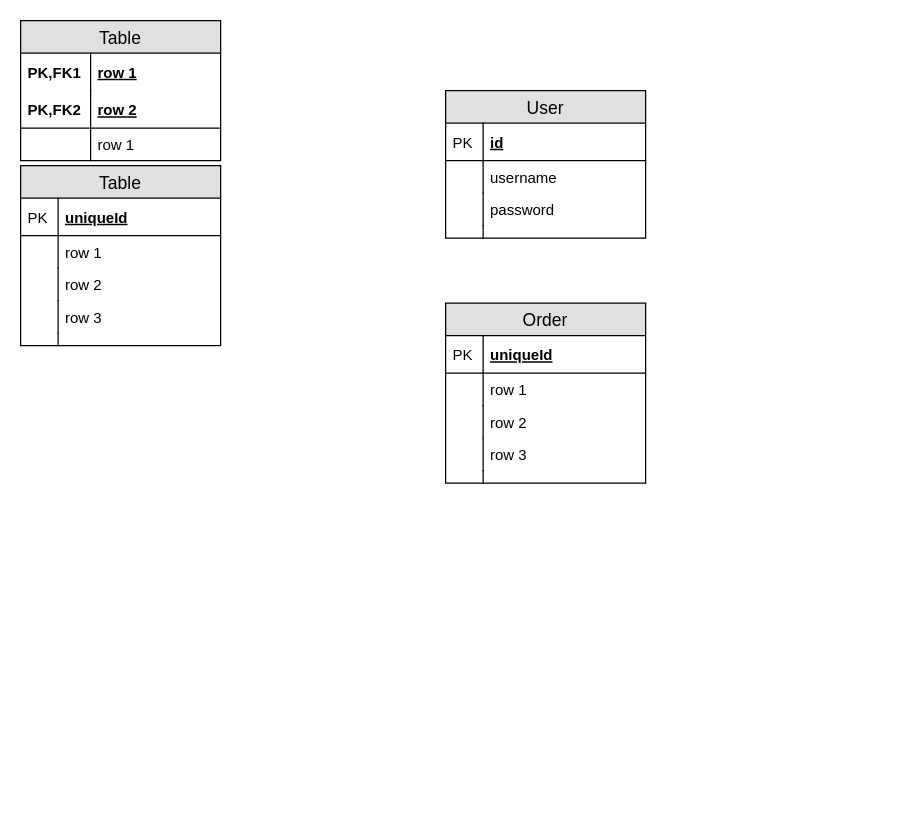
Above: page "DB-design" (2 of 3) of BAS/BAS-Henan.drawio in waterwatermelon/graph (draw.io), before the change. Source tidied: cells renumbered, new cells numbered last; positions are measured from the earlier drawing's top-left corner, leaving out a move shared by most shapes. Both pictures are drawn from the tidied source at 125%, with x=0, y=0 at pixel (20, 20).
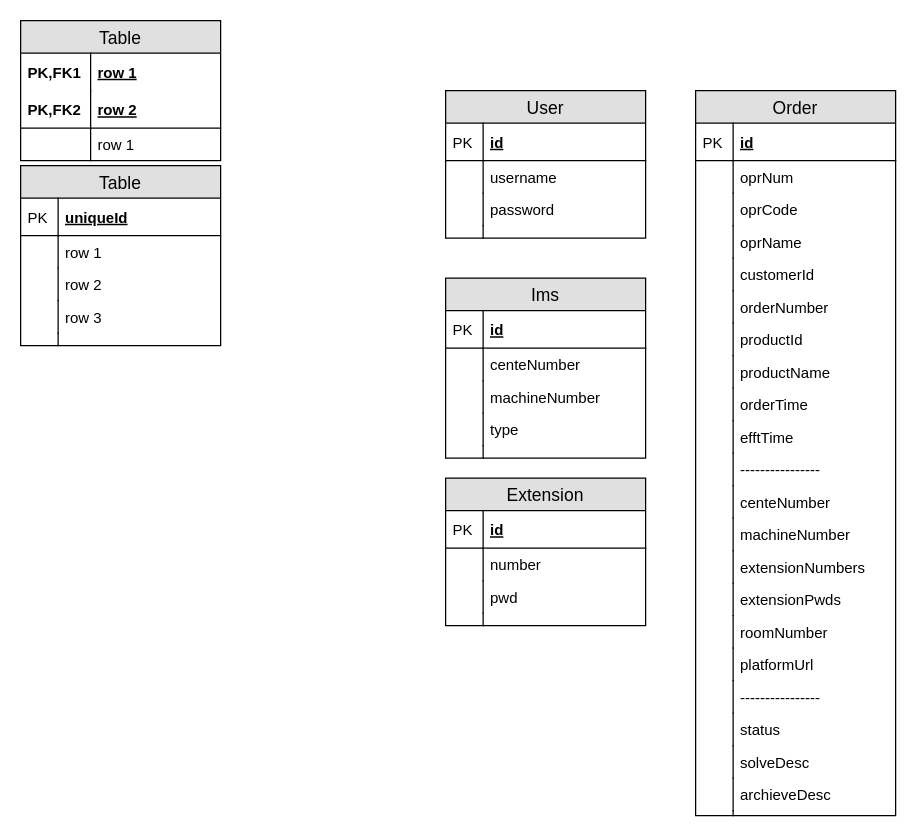
Above is the later version.

The edit, as a diff of the source:
```diff
@@
     <mxCell id="29" value="Order" style="swimlane;fontStyle=0;horizontal=1;startSize=26;fillColor=#e0e0e0;swimlaneFillColor=#ffffff;align=center;fontSize=14;" parent="1" vertex="1">
-      <mxGeometry x="340" y="226" width="160" height="144" as="geometry" />
+      <mxGeometry x="540" y="56" width="160" height="580" as="geometry" />
     </mxCell>
-    <mxCell id="30" value="uniqueId" style="shape=partialRectangle;top=0;left=0;right=0;bottom=1;align=left;verticalAlign=middle;fillColor=none;spacingLeft=34;spacingRight=4;overflow=hidden;fontStyle=5;fontSize=12;" parent="29" vertex="1">
+    <mxCell id="30" value="id" style="shape=partialRectangle;top=0;left=0;right=0;bottom=1;align=left;verticalAlign=middle;fillColor=none;spacingLeft=34;spacingRight=4;overflow=hidden;fontStyle=5;fontSize=12;" parent="29" vertex="1">
       <mxGeometry y="26" width="160" height="30" as="geometry" />
     </mxCell>
@@
-    <mxCell id="32" value="row 1" style="shape=partialRectangle;top=0;left=0;right=0;bottom=0;align=left;verticalAlign=top;fillColor=none;spacingLeft=34;spacingRight=4;overflow=hidden;fontSize=12;" parent="29" vertex="1">
+    <mxCell id="32" value="oprNum" style="shape=partialRectangle;top=0;left=0;right=0;bottom=0;align=left;verticalAlign=top;fillColor=none;spacingLeft=34;spacingRight=4;overflow=hidden;fontSize=12;" parent="29" vertex="1">
       <mxGeometry y="56" width="160" height="26" as="geometry" />
     </mxCell>
@@
-    <mxCell id="34" value="row 2" style="shape=partialRectangle;top=0;left=0;right=0;bottom=0;align=left;verticalAlign=top;fillColor=none;spacingLeft=34;spacingRight=4;overflow=hidden;fontSize=12;" parent="29" vertex="1">
+    <mxCell id="34" value="oprCode" style="shape=partialRectangle;top=0;left=0;right=0;bottom=0;align=left;verticalAlign=top;fillColor=none;spacingLeft=34;spacingRight=4;overflow=hidden;fontSize=12;" parent="29" vertex="1">
       <mxGeometry y="82" width="160" height="26" as="geometry" />
     </mxCell>
@@
+    <mxCell id="40" value="oprName" style="shape=partialRectangle;top=0;left=0;right=0;bottom=0;align=left;verticalAlign=top;fillColor=none;spacingLeft=34;spacingRight=4;overflow=hidden;fontSize=12;" parent="29" vertex="1">
+      <mxGeometry y="108" width="160" height="26" as="geometry" />
+    </mxCell>
+    <mxCell id="41" style="shape=partialRectangle;top=0;left=0;bottom=0;fillColor=none;align=left;verticalAlign=top;spacingLeft=4;spacingRight=4;overflow=hidden;fontSize=12;" parent="40" vertex="1">
+      <mxGeometry width="30" height="26" as="geometry" />
+    </mxCell>
-    <mxCell id="36" value="row 3" style="shape=partialRectangle;top=0;left=0;right=0;bottom=0;align=left;verticalAlign=top;fillColor=none;spacingLeft=34;spacingRight=4;overflow=hidden;fontSize=12;" parent="29" vertex="1">
-      <mxGeometry y="108" width="160" height="26" as="geometry" />
+    <mxCell id="36" value="customerId" style="shape=partialRectangle;top=0;left=0;right=0;bottom=0;align=left;verticalAlign=top;fillColor=none;spacingLeft=34;spacingRight=4;overflow=hidden;fontSize=12;" parent="29" vertex="1">
+      <mxGeometry y="134" width="160" height="26" as="geometry" />
     </mxCell>
@@
+    <mxCell id="42" value="orderNumber" style="shape=partialRectangle;top=0;left=0;right=0;bottom=0;align=left;verticalAlign=top;fillColor=none;spacingLeft=34;spacingRight=4;overflow=hidden;fontSize=12;" parent="29" vertex="1">
+      <mxGeometry y="160" width="160" height="26" as="geometry" />
+    </mxCell>
+    <mxCell id="43" style="shape=partialRectangle;top=0;left=0;bottom=0;fillColor=none;align=left;verticalAlign=top;spacingLeft=4;spacingRight=4;overflow=hidden;fontSize=12;" parent="42" vertex="1">
+      <mxGeometry width="30" height="26" as="geometry" />
+    </mxCell>
+    <mxCell id="44" value="productId" style="shape=partialRectangle;top=0;left=0;right=0;bottom=0;align=left;verticalAlign=top;fillColor=none;spacingLeft=34;spacingRight=4;overflow=hidden;fontSize=12;" parent="29" vertex="1">
+      <mxGeometry y="186" width="160" height="26" as="geometry" />
+    </mxCell>
+    <mxCell id="45" style="shape=partialRectangle;top=0;left=0;bottom=0;fillColor=none;align=left;verticalAlign=top;spacingLeft=4;spacingRight=4;overflow=hidden;fontSize=12;" parent="44" vertex="1">
+      <mxGeometry width="30" height="26" as="geometry" />
+    </mxCell>
+    <mxCell id="46" value="productName" style="shape=partialRectangle;top=0;left=0;right=0;bottom=0;align=left;verticalAlign=top;fillColor=none;spacingLeft=34;spacingRight=4;overflow=hidden;fontSize=12;" parent="29" vertex="1">
+      <mxGeometry y="212" width="160" height="26" as="geometry" />
+    </mxCell>
+    <mxCell id="47" style="shape=partialRectangle;top=0;left=0;bottom=0;fillColor=none;align=left;verticalAlign=top;spacingLeft=4;spacingRight=4;overflow=hidden;fontSize=12;" parent="46" vertex="1">
+      <mxGeometry width="30" height="26" as="geometry" />
+    </mxCell>
+    <mxCell id="48" value="orderTime" style="shape=partialRectangle;top=0;left=0;right=0;bottom=0;align=left;verticalAlign=top;fillColor=none;spacingLeft=34;spacingRight=4;overflow=hidden;fontSize=12;" parent="29" vertex="1">
+      <mxGeometry y="238" width="160" height="26" as="geometry" />
+    </mxCell>
+    <mxCell id="49" style="shape=partialRectangle;top=0;left=0;bottom=0;fillColor=none;align=left;verticalAlign=top;spacingLeft=4;spacingRight=4;overflow=hidden;fontSize=12;" parent="48" vertex="1">
+      <mxGeometry width="30" height="26" as="geometry" />
+    </mxCell>
+    <mxCell id="50" value="efftTime" style="shape=partialRectangle;top=0;left=0;right=0;bottom=0;align=left;verticalAlign=top;fillColor=none;spacingLeft=34;spacingRight=4;overflow=hidden;fontSize=12;" parent="29" vertex="1">
+      <mxGeometry y="264" width="160" height="26" as="geometry" />
+    </mxCell>
+    <mxCell id="51" style="shape=partialRectangle;top=0;left=0;bottom=0;fillColor=none;align=left;verticalAlign=top;spacingLeft=4;spacingRight=4;overflow=hidden;fontSize=12;" parent="50" vertex="1">
+      <mxGeometry width="30" height="26" as="geometry" />
+    </mxCell>
+    <mxCell id="52" value="----------------" style="shape=partialRectangle;top=0;left=0;right=0;bottom=0;align=left;verticalAlign=top;fillColor=none;spacingLeft=34;spacingRight=4;overflow=hidden;fontSize=12;" parent="29" vertex="1">
+      <mxGeometry y="290" width="160" height="26" as="geometry" />
+    </mxCell>
+    <mxCell id="53" style="shape=partialRectangle;top=0;left=0;bottom=0;fillColor=none;align=left;verticalAlign=top;spacingLeft=4;spacingRight=4;overflow=hidden;fontSize=12;" parent="52" vertex="1">
+      <mxGeometry width="30" height="26" as="geometry" />
+    </mxCell>
+    <mxCell id="54" value="centeNumber" style="shape=partialRectangle;top=0;left=0;right=0;bottom=0;align=left;verticalAlign=top;fillColor=none;spacingLeft=34;spacingRight=4;overflow=hidden;fontSize=12;" parent="29" vertex="1">
+      <mxGeometry y="316" width="160" height="26" as="geometry" />
+    </mxCell>
+    <mxCell id="55" style="shape=partialRectangle;top=0;left=0;bottom=0;fillColor=none;align=left;verticalAlign=top;spacingLeft=4;spacingRight=4;overflow=hidden;fontSize=12;" parent="54" vertex="1">
+      <mxGeometry width="30" height="26" as="geometry" />
+    </mxCell>
+    <mxCell id="56" value="machineNumber" style="shape=partialRectangle;top=0;left=0;right=0;bottom=0;align=left;verticalAlign=top;fillColor=none;spacingLeft=34;spacingRight=4;overflow=hidden;fontSize=12;" parent="29" vertex="1">
+      <mxGeometry y="342" width="160" height="26" as="geometry" />
+    </mxCell>
+    <mxCell id="57" style="shape=partialRectangle;top=0;left=0;bottom=0;fillColor=none;align=left;verticalAlign=top;spacingLeft=4;spacingRight=4;overflow=hidden;fontSize=12;" parent="56" vertex="1">
+      <mxGeometry width="30" height="26" as="geometry" />
+    </mxCell>
+    <mxCell id="58" value="extensionNumbers" style="shape=partialRectangle;top=0;left=0;right=0;bottom=0;align=left;verticalAlign=top;fillColor=none;spacingLeft=34;spacingRight=4;overflow=hidden;fontSize=12;" parent="29" vertex="1">
+      <mxGeometry y="368" width="160" height="26" as="geometry" />
+    </mxCell>
+    <mxCell id="59" style="shape=partialRectangle;top=0;left=0;bottom=0;fillColor=none;align=left;verticalAlign=top;spacingLeft=4;spacingRight=4;overflow=hidden;fontSize=12;" parent="58" vertex="1">
+      <mxGeometry width="30" height="26" as="geometry" />
+    </mxCell>
+    <mxCell id="60" value="extensionPwds" style="shape=partialRectangle;top=0;left=0;right=0;bottom=0;align=left;verticalAlign=top;fillColor=none;spacingLeft=34;spacingRight=4;overflow=hidden;fontSize=12;" parent="29" vertex="1">
+      <mxGeometry y="394" width="160" height="26" as="geometry" />
+    </mxCell>
+    <mxCell id="61" style="shape=partialRectangle;top=0;left=0;bottom=0;fillColor=none;align=left;verticalAlign=top;spacingLeft=4;spacingRight=4;overflow=hidden;fontSize=12;" parent="60" vertex="1">
+      <mxGeometry width="30" height="26" as="geometry" />
+    </mxCell>
+    <mxCell id="62" value="roomNumber" style="shape=partialRectangle;top=0;left=0;right=0;bottom=0;align=left;verticalAlign=top;fillColor=none;spacingLeft=34;spacingRight=4;overflow=hidden;fontSize=12;" parent="29" vertex="1">
+      <mxGeometry y="420" width="160" height="26" as="geometry" />
+    </mxCell>
+    <mxCell id="63" style="shape=partialRectangle;top=0;left=0;bottom=0;fillColor=none;align=left;verticalAlign=top;spacingLeft=4;spacingRight=4;overflow=hidden;fontSize=12;" parent="62" vertex="1">
+      <mxGeometry width="30" height="26" as="geometry" />
+    </mxCell>
+    <mxCell id="64" value="platformUrl" style="shape=partialRectangle;top=0;left=0;right=0;bottom=0;align=left;verticalAlign=top;fillColor=none;spacingLeft=34;spacingRight=4;overflow=hidden;fontSize=12;" parent="29" vertex="1">
+      <mxGeometry y="446" width="160" height="26" as="geometry" />
+    </mxCell>
+    <mxCell id="65" style="shape=partialRectangle;top=0;left=0;bottom=0;fillColor=none;align=left;verticalAlign=top;spacingLeft=4;spacingRight=4;overflow=hidden;fontSize=12;" parent="64" vertex="1">
+      <mxGeometry width="30" height="26" as="geometry" />
+    </mxCell>
+    <mxCell id="66" value="----------------" style="shape=partialRectangle;top=0;left=0;right=0;bottom=0;align=left;verticalAlign=top;fillColor=none;spacingLeft=34;spacingRight=4;overflow=hidden;fontSize=12;" parent="29" vertex="1">
+      <mxGeometry y="472" width="160" height="26" as="geometry" />
+    </mxCell>
+    <mxCell id="67" style="shape=partialRectangle;top=0;left=0;bottom=0;fillColor=none;align=left;verticalAlign=top;spacingLeft=4;spacingRight=4;overflow=hidden;fontSize=12;" parent="66" vertex="1">
+      <mxGeometry width="30" height="26" as="geometry" />
+    </mxCell>
+    <mxCell id="68" value="status" style="shape=partialRectangle;top=0;left=0;right=0;bottom=0;align=left;verticalAlign=top;fillColor=none;spacingLeft=34;spacingRight=4;overflow=hidden;fontSize=12;" parent="29" vertex="1">
+      <mxGeometry y="498" width="160" height="26" as="geometry" />
+    </mxCell>
+    <mxCell id="69" style="shape=partialRectangle;top=0;left=0;bottom=0;fillColor=none;align=left;verticalAlign=top;spacingLeft=4;spacingRight=4;overflow=hidden;fontSize=12;" parent="68" vertex="1">
+      <mxGeometry width="30" height="26" as="geometry" />
+    </mxCell>
+    <mxCell id="70" value="solveDesc" style="shape=partialRectangle;top=0;left=0;right=0;bottom=0;align=left;verticalAlign=top;fillColor=none;spacingLeft=34;spacingRight=4;overflow=hidden;fontSize=12;" parent="29" vertex="1">
+      <mxGeometry y="524" width="160" height="26" as="geometry" />
+    </mxCell>
+    <mxCell id="71" style="shape=partialRectangle;top=0;left=0;bottom=0;fillColor=none;align=left;verticalAlign=top;spacingLeft=4;spacingRight=4;overflow=hidden;fontSize=12;" parent="70" vertex="1">
+      <mxGeometry width="30" height="26" as="geometry" />
+    </mxCell>
+    <mxCell id="72" value="archieveDesc" style="shape=partialRectangle;top=0;left=0;right=0;bottom=0;align=left;verticalAlign=top;fillColor=none;spacingLeft=34;spacingRight=4;overflow=hidden;fontSize=12;" parent="29" vertex="1">
+      <mxGeometry y="550" width="160" height="26" as="geometry" />
+    </mxCell>
+    <mxCell id="73" style="shape=partialRectangle;top=0;left=0;bottom=0;fillColor=none;align=left;verticalAlign=top;spacingLeft=4;spacingRight=4;overflow=hidden;fontSize=12;" parent="72" vertex="1">
+      <mxGeometry width="30" height="26" as="geometry" />
+    </mxCell>
     <mxCell id="38" style="shape=partialRectangle;top=0;left=0;right=0;bottom=0;align=left;verticalAlign=top;fillColor=none;spacingLeft=34;spacingRight=4;overflow=hidden;fontSize=12;" parent="29" vertex="1">
-      <mxGeometry y="134" width="160" height="10" as="geometry" />
+      <mxGeometry y="576" width="160" height="4" as="geometry" />
     </mxCell>
     <mxCell id="39" style="shape=partialRectangle;top=0;left=0;bottom=0;fillColor=none;align=left;verticalAlign=top;spacingLeft=4;spacingRight=4;overflow=hidden;fontSize=12;" parent="38" vertex="1">
-      <mxGeometry width="30" height="10" as="geometry" />
+      <mxGeometry width="30" height="4" as="geometry" />
     </mxCell>
+    <mxCell id="74" value="Ims" style="swimlane;fontStyle=0;horizontal=1;startSize=26;fillColor=#e0e0e0;swimlaneFillColor=#ffffff;align=center;fontSize=14;" parent="1" vertex="1">
+      <mxGeometry x="340" y="206" width="160" height="144" as="geometry" />
+    </mxCell>
+    <mxCell id="75" value="id" style="shape=partialRectangle;top=0;left=0;right=0;bottom=1;align=left;verticalAlign=middle;fillColor=none;spacingLeft=34;spacingRight=4;overflow=hidden;fontStyle=5;fontSize=12;" parent="74" vertex="1">
+      <mxGeometry y="26" width="160" height="30" as="geometry" />
+    </mxCell>
+    <mxCell id="76" value="PK" style="shape=partialRectangle;top=0;left=0;bottom=0;fillColor=none;align=left;verticalAlign=middle;spacingLeft=4;spacingRight=4;overflow=hidden;fontSize=12;" parent="75" vertex="1">
+      <mxGeometry width="30" height="30" as="geometry" />
+    </mxCell>
+    <mxCell id="77" value="centeNumber" style="shape=partialRectangle;top=0;left=0;right=0;bottom=0;align=left;verticalAlign=top;fillColor=none;spacingLeft=34;spacingRight=4;overflow=hidden;fontSize=12;" parent="74" vertex="1">
+      <mxGeometry y="56" width="160" height="26" as="geometry" />
+    </mxCell>
+    <mxCell id="78" style="shape=partialRectangle;top=0;left=0;bottom=0;fillColor=none;align=left;verticalAlign=top;spacingLeft=4;spacingRight=4;overflow=hidden;fontSize=12;" parent="77" vertex="1">
+      <mxGeometry width="30" height="26" as="geometry" />
+    </mxCell>
+    <mxCell id="79" value="machineNumber" style="shape=partialRectangle;top=0;left=0;right=0;bottom=0;align=left;verticalAlign=top;fillColor=none;spacingLeft=34;spacingRight=4;overflow=hidden;fontSize=12;" parent="74" vertex="1">
+      <mxGeometry y="82" width="160" height="26" as="geometry" />
+    </mxCell>
+    <mxCell id="80" style="shape=partialRectangle;top=0;left=0;bottom=0;fillColor=none;align=left;verticalAlign=top;spacingLeft=4;spacingRight=4;overflow=hidden;fontSize=12;" parent="79" vertex="1">
+      <mxGeometry width="30" height="26" as="geometry" />
+    </mxCell>
+    <mxCell id="81" value="type" style="shape=partialRectangle;top=0;left=0;right=0;bottom=0;align=left;verticalAlign=top;fillColor=none;spacingLeft=34;spacingRight=4;overflow=hidden;fontSize=12;" parent="74" vertex="1">
+      <mxGeometry y="108" width="160" height="26" as="geometry" />
+    </mxCell>
+    <mxCell id="82" style="shape=partialRectangle;top=0;left=0;bottom=0;fillColor=none;align=left;verticalAlign=top;spacingLeft=4;spacingRight=4;overflow=hidden;fontSize=12;" parent="81" vertex="1">
+      <mxGeometry width="30" height="26" as="geometry" />
+    </mxCell>
+    <mxCell id="83" style="shape=partialRectangle;top=0;left=0;right=0;bottom=0;align=left;verticalAlign=top;fillColor=none;spacingLeft=34;spacingRight=4;overflow=hidden;fontSize=12;" parent="74" vertex="1">
+      <mxGeometry y="134" width="160" height="10" as="geometry" />
+    </mxCell>
+    <mxCell id="84" style="shape=partialRectangle;top=0;left=0;bottom=0;fillColor=none;align=left;verticalAlign=top;spacingLeft=4;spacingRight=4;overflow=hidden;fontSize=12;" parent="83" vertex="1">
+      <mxGeometry width="30" height="10" as="geometry" />
+    </mxCell>
+    <mxCell id="85" value="Extension" style="swimlane;fontStyle=0;horizontal=1;startSize=26;fillColor=#e0e0e0;swimlaneFillColor=#ffffff;align=center;fontSize=14;" parent="1" vertex="1">
+      <mxGeometry x="340" y="366" width="160" height="118" as="geometry" />
+    </mxCell>
+    <mxCell id="86" value="id" style="shape=partialRectangle;top=0;left=0;right=0;bottom=1;align=left;verticalAlign=middle;fillColor=none;spacingLeft=34;spacingRight=4;overflow=hidden;fontStyle=5;fontSize=12;" parent="85" vertex="1">
+      <mxGeometry y="26" width="160" height="30" as="geometry" />
+    </mxCell>
+    <mxCell id="87" value="PK" style="shape=partialRectangle;top=0;left=0;bottom=0;fillColor=none;align=left;verticalAlign=middle;spacingLeft=4;spacingRight=4;overflow=hidden;fontSize=12;" parent="86" vertex="1">
+      <mxGeometry width="30" height="30" as="geometry" />
+    </mxCell>
+    <mxCell id="88" value="number" style="shape=partialRectangle;top=0;left=0;right=0;bottom=0;align=left;verticalAlign=top;fillColor=none;spacingLeft=34;spacingRight=4;overflow=hidden;fontSize=12;" parent="85" vertex="1">
+      <mxGeometry y="56" width="160" height="26" as="geometry" />
+    </mxCell>
+    <mxCell id="89" style="shape=partialRectangle;top=0;left=0;bottom=0;fillColor=none;align=left;verticalAlign=top;spacingLeft=4;spacingRight=4;overflow=hidden;fontSize=12;" parent="88" vertex="1">
+      <mxGeometry width="30" height="26" as="geometry" />
+    </mxCell>
+    <mxCell id="90" value="pwd" style="shape=partialRectangle;top=0;left=0;right=0;bottom=0;align=left;verticalAlign=top;fillColor=none;spacingLeft=34;spacingRight=4;overflow=hidden;fontSize=12;" parent="85" vertex="1">
+      <mxGeometry y="82" width="160" height="26" as="geometry" />
+    </mxCell>
+    <mxCell id="91" style="shape=partialRectangle;top=0;left=0;bottom=0;fillColor=none;align=left;verticalAlign=top;spacingLeft=4;spacingRight=4;overflow=hidden;fontSize=12;" parent="90" vertex="1">
+      <mxGeometry width="30" height="26" as="geometry" />
+    </mxCell>
+    <mxCell id="92" style="shape=partialRectangle;top=0;left=0;right=0;bottom=0;align=left;verticalAlign=top;fillColor=none;spacingLeft=34;spacingRight=4;overflow=hidden;fontSize=12;" parent="85" vertex="1">
+      <mxGeometry y="108" width="160" height="10" as="geometry" />
+    </mxCell>
+    <mxCell id="93" style="shape=partialRectangle;top=0;left=0;bottom=0;fillColor=none;align=left;verticalAlign=top;spacingLeft=4;spacingRight=4;overflow=hidden;fontSize=12;" parent="92" vertex="1">
+      <mxGeometry width="30" height="10" as="geometry" />
+    </mxCell>
```
